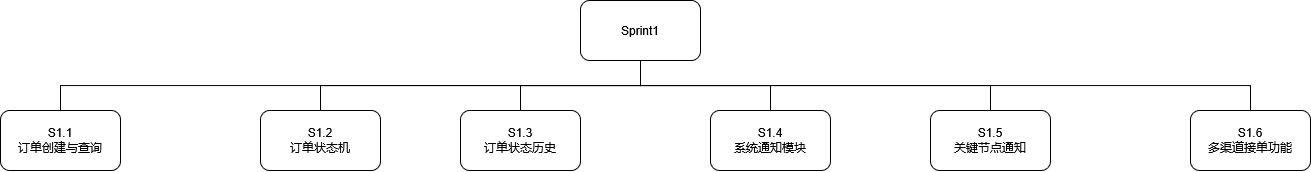
Earlier version of the draw.io export 项目管理WBS.png (QMCCC010/git.demo). Source tidied: cells renumbered, new cells last; positions are measured from the earlier drawing's top-left corner, leaving out a move shared by most shapes.
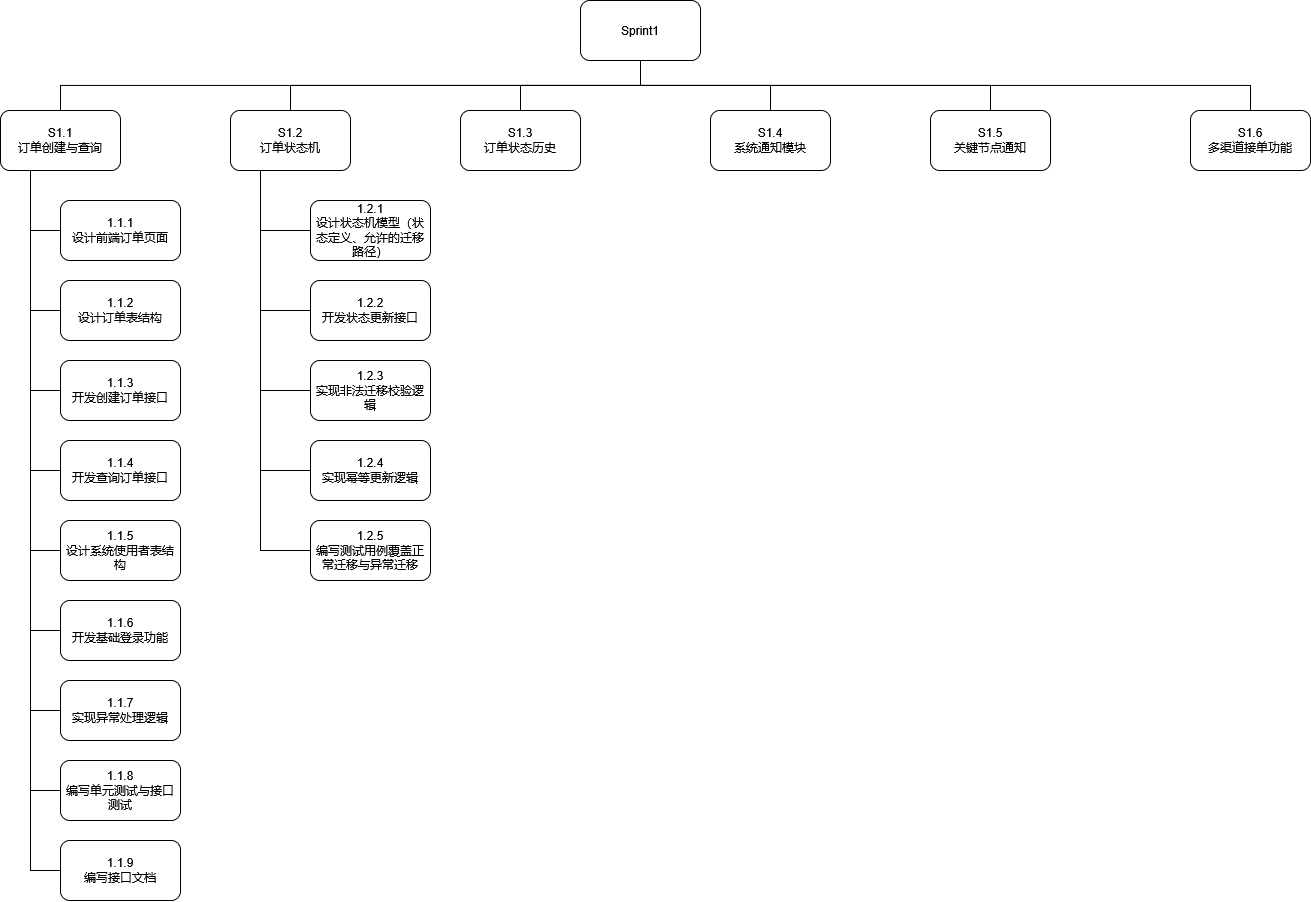
Later version of the same file.

Commit message:
更新项目管理WBS.png

Change to the diagram source:
```diff
@@ -23,11 +23,58 @@
     <mxCell id="8" value="Sprint1" style="rounded=1;whiteSpace=wrap;html=1;" parent="1" vertex="1">
       <mxGeometry x="580" width="120" height="60" as="geometry" />
     </mxCell>
+    <mxCell id="15" style="edgeStyle=orthogonalEdgeStyle;rounded=0;jettySize=auto;html=1;exitX=0.25;exitY=1;exitDx=0;exitDy=0;" parent="1" edge="1" source="9">
+      <mxGeometry relative="1" as="geometry">
+        <mxPoint x="29.8" y="170.5" as="targetPoint" />
+      </mxGeometry>
+    </mxCell>
+    <mxCell id="16" style="edgeStyle=orthogonalEdgeStyle;rounded=0;jettySize=auto;html=1;exitX=0.25;exitY=1;exitDx=0;exitDy=0;entryX=0;entryY=0.5;entryDx=0;entryDy=0;endArrow=none;endFill=0;" parent="1" edge="1" source="9" target="30">
+      <mxGeometry relative="1" as="geometry" />
+    </mxCell>
+    <mxCell id="17" style="edgeStyle=orthogonalEdgeStyle;rounded=0;jettySize=auto;html=1;exitX=0.25;exitY=1;exitDx=0;exitDy=0;entryX=0;entryY=0.5;entryDx=0;entryDy=0;endArrow=none;endFill=0;" parent="1" edge="1" source="9" target="31">
+      <mxGeometry relative="1" as="geometry" />
+    </mxCell>
+    <mxCell id="18" style="edgeStyle=orthogonalEdgeStyle;rounded=0;jettySize=auto;html=1;exitX=0.25;exitY=1;exitDx=0;exitDy=0;entryX=0;entryY=0.5;entryDx=0;entryDy=0;endArrow=none;endFill=0;" parent="1" edge="1" source="9" target="32">
+      <mxGeometry relative="1" as="geometry" />
+    </mxCell>
+    <mxCell id="19" style="edgeStyle=orthogonalEdgeStyle;rounded=0;jettySize=auto;html=1;exitX=0.25;exitY=1;exitDx=0;exitDy=0;entryX=0;entryY=0.5;entryDx=0;entryDy=0;endArrow=none;endFill=0;" parent="1" edge="1" source="9" target="33">
+      <mxGeometry relative="1" as="geometry" />
+    </mxCell>
+    <mxCell id="20" style="edgeStyle=orthogonalEdgeStyle;rounded=0;jettySize=auto;html=1;exitX=0.25;exitY=1;exitDx=0;exitDy=0;entryX=0;entryY=0.5;entryDx=0;entryDy=0;endArrow=none;endFill=0;" parent="1" edge="1" source="9" target="34">
+      <mxGeometry relative="1" as="geometry" />
+    </mxCell>
+    <mxCell id="21" style="edgeStyle=orthogonalEdgeStyle;rounded=0;jettySize=auto;html=1;exitX=0.25;exitY=1;exitDx=0;exitDy=0;entryX=0;entryY=0.5;entryDx=0;entryDy=0;endArrow=none;endFill=0;" parent="1" edge="1" source="9" target="35">
+      <mxGeometry relative="1" as="geometry" />
+    </mxCell>
+    <mxCell id="22" style="edgeStyle=orthogonalEdgeStyle;rounded=0;jettySize=auto;html=1;exitX=0.25;exitY=1;exitDx=0;exitDy=0;entryX=0;entryY=0.5;entryDx=0;entryDy=0;endArrow=none;endFill=0;" parent="1" edge="1" source="9" target="36">
+      <mxGeometry relative="1" as="geometry" />
+    </mxCell>
+    <mxCell id="23" style="edgeStyle=orthogonalEdgeStyle;rounded=0;jettySize=auto;html=1;exitX=0.25;exitY=1;exitDx=0;exitDy=0;entryX=0;entryY=0.5;entryDx=0;entryDy=0;endArrow=none;endFill=0;" parent="1" edge="1" source="9" target="38">
+      <mxGeometry relative="1" as="geometry" />
+    </mxCell>
+    <mxCell id="24" style="edgeStyle=orthogonalEdgeStyle;rounded=0;jettySize=auto;html=1;exitX=0.25;exitY=1;exitDx=0;exitDy=0;entryX=0;entryY=0.5;entryDx=0;entryDy=0;endArrow=none;endFill=0;" parent="1" edge="1" source="9" target="37">
+      <mxGeometry relative="1" as="geometry" />
+    </mxCell>
     <mxCell id="9" value="&lt;div&gt;S1.1&lt;/div&gt;&lt;div&gt;订单创建与查询&lt;/div&gt;" style="rounded=1;whiteSpace=wrap;html=1;" parent="1" vertex="1">
       <mxGeometry y="110" width="120" height="60" as="geometry" />
     </mxCell>
+    <mxCell id="25" style="edgeStyle=orthogonalEdgeStyle;rounded=0;jettySize=auto;html=1;exitX=0.25;exitY=1;exitDx=0;exitDy=0;entryX=0;entryY=0.5;entryDx=0;entryDy=0;endArrow=none;endFill=0;" parent="1" edge="1" source="10" target="39">
+      <mxGeometry relative="1" as="geometry" />
+    </mxCell>
+    <mxCell id="26" style="edgeStyle=orthogonalEdgeStyle;rounded=0;jettySize=auto;html=1;exitX=0.25;exitY=1;exitDx=0;exitDy=0;entryX=0;entryY=0.5;entryDx=0;entryDy=0;endArrow=none;endFill=0;" parent="1" edge="1" source="10" target="40">
+      <mxGeometry relative="1" as="geometry" />
+    </mxCell>
+    <mxCell id="27" style="edgeStyle=orthogonalEdgeStyle;rounded=0;jettySize=auto;html=1;exitX=0.25;exitY=1;exitDx=0;exitDy=0;entryX=0;entryY=0.5;entryDx=0;entryDy=0;endArrow=none;endFill=0;" parent="1" edge="1" source="10" target="41">
+      <mxGeometry relative="1" as="geometry" />
+    </mxCell>
+    <mxCell id="28" style="edgeStyle=orthogonalEdgeStyle;rounded=0;jettySize=auto;html=1;exitX=0.25;exitY=1;exitDx=0;exitDy=0;entryX=0;entryY=0.5;entryDx=0;entryDy=0;endArrow=none;endFill=0;" parent="1" edge="1" source="10" target="42">
+      <mxGeometry relative="1" as="geometry" />
+    </mxCell>
+    <mxCell id="29" style="edgeStyle=orthogonalEdgeStyle;rounded=0;jettySize=auto;html=1;exitX=0.25;exitY=1;exitDx=0;exitDy=0;entryX=0;entryY=0.5;entryDx=0;entryDy=0;endArrow=none;endFill=0;" parent="1" edge="1" source="10" target="43">
+      <mxGeometry relative="1" as="geometry" />
+    </mxCell>
     <mxCell id="10" value="&lt;div&gt;S1.2&lt;/div&gt;&lt;div&gt;订单状态机&lt;/div&gt;" style="rounded=1;whiteSpace=wrap;html=1;" parent="1" vertex="1">
-      <mxGeometry x="260" y="110" width="120" height="60" as="geometry" />
+      <mxGeometry x="230" y="110" width="120" height="60" as="geometry" />
     </mxCell>
     <mxCell id="11" value="&lt;div&gt;S1.3&lt;/div&gt;&lt;div&gt;订单状态历史&lt;/div&gt;" style="rounded=1;whiteSpace=wrap;html=1;" parent="1" vertex="1">
       <mxGeometry x="460" y="110" width="120" height="60" as="geometry" />
@@ -41,5 +88,47 @@
     <mxCell id="14" value="&lt;div&gt;S1.6&lt;/div&gt;&lt;div&gt;多渠道接单功能&lt;/div&gt;" style="rounded=1;whiteSpace=wrap;html=1;" parent="1" vertex="1">
       <mxGeometry x="1190" y="110" width="120" height="60" as="geometry" />
     </mxCell>
+    <mxCell id="30" value="&lt;div&gt;1.1.1&lt;/div&gt;&lt;div&gt;设计前端订单页面&lt;/div&gt;" style="rounded=1;whiteSpace=wrap;html=1;" parent="1" vertex="1">
+      <mxGeometry x="60" y="200" width="120" height="60" as="geometry" />
+    </mxCell>
+    <mxCell id="31" value="&lt;div&gt;1.1.2&lt;/div&gt;&lt;div&gt;设计订单表结构&lt;/div&gt;" style="rounded=1;whiteSpace=wrap;html=1;" parent="1" vertex="1">
+      <mxGeometry x="60" y="280" width="120" height="60" as="geometry" />
+    </mxCell>
+    <mxCell id="32" value="&lt;div&gt;1.1.3&lt;/div&gt;&lt;div&gt;开发创建订单接口&lt;/div&gt;" style="rounded=1;whiteSpace=wrap;html=1;" parent="1" vertex="1">
+      <mxGeometry x="60" y="360" width="120" height="60" as="geometry" />
+    </mxCell>
+    <mxCell id="33" value="&lt;div&gt;1.1.4&lt;/div&gt;&lt;div&gt;开发查询订单接口&lt;/div&gt;" style="rounded=1;whiteSpace=wrap;html=1;" parent="1" vertex="1">
+      <mxGeometry x="60" y="440" width="120" height="60" as="geometry" />
+    </mxCell>
+    <mxCell id="34" value="&lt;div&gt;1.1.5&lt;/div&gt;&lt;div&gt;设计系统使用者表结构&lt;/div&gt;" style="rounded=1;whiteSpace=wrap;html=1;" parent="1" vertex="1">
+      <mxGeometry x="60" y="520" width="120" height="60" as="geometry" />
+    </mxCell>
+    <mxCell id="35" value="&lt;div&gt;1.1.6&lt;/div&gt;&lt;div&gt;开发基础登录功能&lt;/div&gt;" style="rounded=1;whiteSpace=wrap;html=1;" parent="1" vertex="1">
+      <mxGeometry x="60" y="600" width="120" height="60" as="geometry" />
+    </mxCell>
+    <mxCell id="36" value="&lt;div&gt;1.1.7&lt;/div&gt;&lt;div&gt;实现异常处理逻辑&lt;/div&gt;" style="rounded=1;whiteSpace=wrap;html=1;" parent="1" vertex="1">
+      <mxGeometry x="60" y="680" width="120" height="60" as="geometry" />
+    </mxCell>
+    <mxCell id="37" value="&lt;div&gt;1.1.9&lt;/div&gt;&lt;div&gt;编写接口文档&lt;/div&gt;" style="rounded=1;whiteSpace=wrap;html=1;" parent="1" vertex="1">
+      <mxGeometry x="60" y="840" width="120" height="60" as="geometry" />
+    </mxCell>
+    <mxCell id="38" value="&lt;div&gt;1.1.8&lt;/div&gt;&lt;div&gt;编写单元测试与接口测试&lt;/div&gt;" style="rounded=1;whiteSpace=wrap;html=1;" parent="1" vertex="1">
+      <mxGeometry x="60" y="760" width="120" height="60" as="geometry" />
+    </mxCell>
+    <mxCell id="39" value="&lt;div&gt;1.2.1&lt;/div&gt;&lt;div&gt;设计状态机模型（状态定义、允许的迁移路径）&lt;/div&gt;" style="rounded=1;whiteSpace=wrap;html=1;" parent="1" vertex="1">
+      <mxGeometry x="310" y="200" width="120" height="60" as="geometry" />
+    </mxCell>
+    <mxCell id="40" value="&lt;div&gt;1.2.2&lt;/div&gt;&lt;div&gt;开发状态更新接口&lt;/div&gt;" style="rounded=1;whiteSpace=wrap;html=1;" parent="1" vertex="1">
+      <mxGeometry x="310" y="280" width="120" height="60" as="geometry" />
+    </mxCell>
+    <mxCell id="41" value="&lt;div&gt;1.2.3&lt;/div&gt;&lt;div&gt;实现非法迁移校验逻辑&lt;/div&gt;" style="rounded=1;whiteSpace=wrap;html=1;" parent="1" vertex="1">
+      <mxGeometry x="310" y="360" width="120" height="60" as="geometry" />
+    </mxCell>
+    <mxCell id="42" value="&lt;div&gt;1.2.4&lt;/div&gt;&lt;div&gt;实现幂等更新逻辑&lt;/div&gt;" style="rounded=1;whiteSpace=wrap;html=1;" parent="1" vertex="1">
+      <mxGeometry x="310" y="440" width="120" height="60" as="geometry" />
+    </mxCell>
+    <mxCell id="43" value="&lt;div&gt;1.2.5&lt;/div&gt;&lt;div&gt;编写测试用例覆盖正常迁移与异常迁移&lt;/div&gt;" style="rounded=1;whiteSpace=wrap;html=1;" parent="1" vertex="1">
+      <mxGeometry x="310" y="520" width="120" height="60" as="geometry" />
+    </mxCell>
   </root>
 </mxGraphModel>
```
